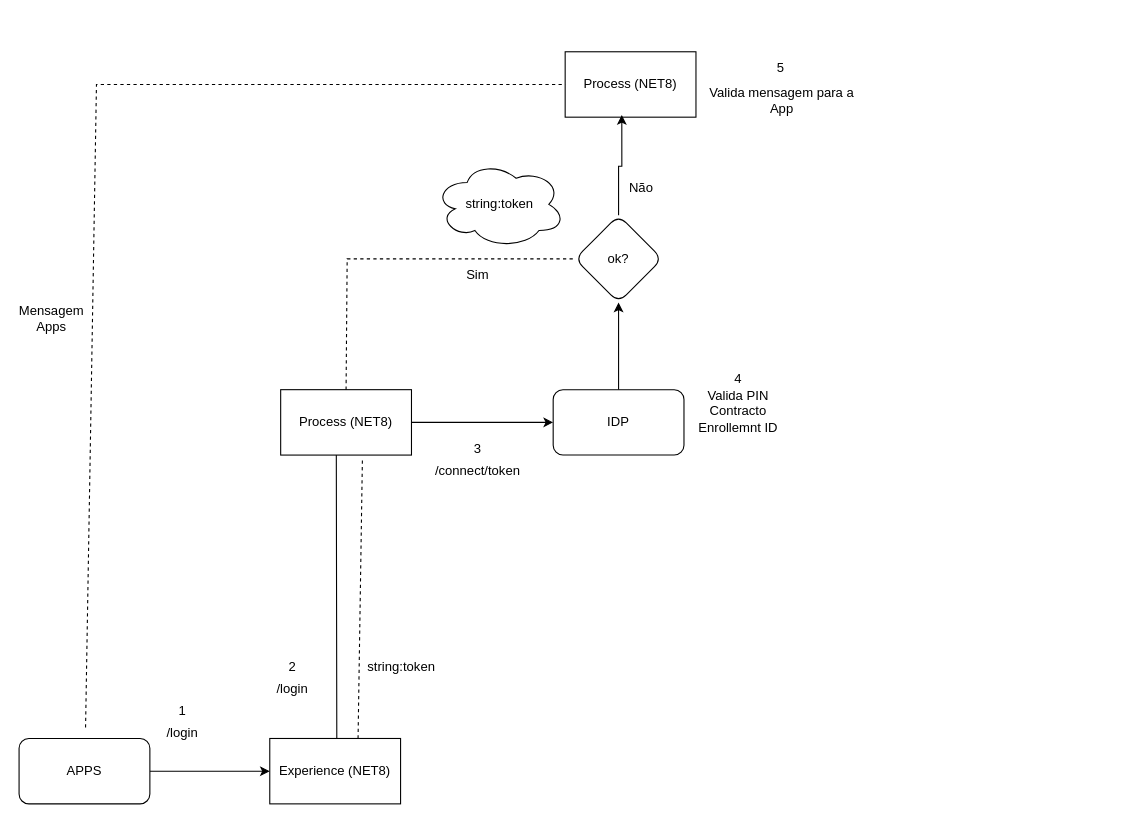
anhaguilunguane/Drawio keeps this draw.io diagram as Smart IZI IDP logica.drawio. Above is the earlier version. Source tidied: cells renumbered, new cells numbered last; positions are measured from the earlier drawing's top-left corner, leaving out a move shared by most shapes. Both pictures are drawn from the tidied source at 109%, with x=0, y=0 at pixel (19, 51).
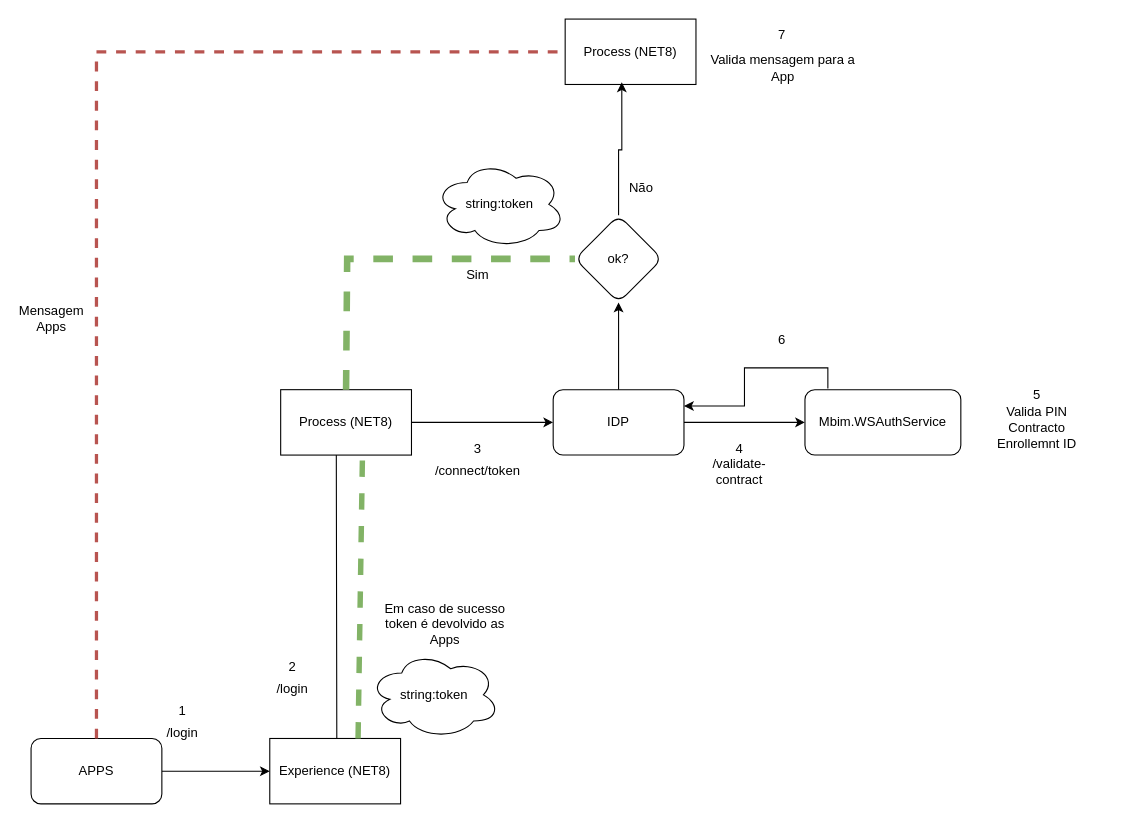
The same diagram, later.

Unchanged cells that the change refers to:
```xml
<mxCell id="7" value="Process (NET8)" style="rounded=0;whiteSpace=wrap;html=1;" parent="1" vertex="1">
  <mxGeometry x="240" y="310" width="120" height="60" as="geometry" />
</mxCell>
<mxCell id="9" value="IDP" style="rounded=1;whiteSpace=wrap;html=1;" parent="1" vertex="1">
  <mxGeometry x="490" y="310" width="120" height="60" as="geometry" />
</mxCell>
<mxCell id="17" value="ok?" style="rhombus;whiteSpace=wrap;html=1;rounded=1;" parent="1" vertex="1">
  <mxGeometry x="510" y="150" width="80" height="80" as="geometry" />
</mxCell>
```

The edit, as a diff of the source:
```diff
@@
     <mxCell id="3" value="APPS" style="rounded=1;whiteSpace=wrap;html=1;" parent="1" vertex="1">
-      <mxGeometry y="630" width="120" height="60" as="geometry" />
+      <mxGeometry x="11" y="630" width="120" height="60" as="geometry" />
     </mxCell>
@@
+    <mxCell id="31" style="edgeStyle=orthogonalEdgeStyle;rounded=0;jettySize=auto;html=1;entryX=0;entryY=0.5;entryDx=0;entryDy=0;" parent="1" edge="1" source="9" target="32">
+      <mxGeometry relative="1" as="geometry" />
+    </mxCell>
-    <mxCell id="8" style="edgeStyle=orthogonalEdgeStyle;rounded=0;jettySize=auto;html=1;" parent="1" edge="1" source="9" target="17">
+    <mxCell id="8" style="edgeStyle=orthogonalEdgeStyle;rounded=0;jettySize=auto;html=1;entryX=0.5;entryY=1;entryDx=0;entryDy=0;" parent="1" edge="1" source="9" target="17">
       <mxGeometry relative="1" as="geometry" />
     </mxCell>
@@
     <mxCell id="10" value="Valida PIN&lt;br&gt;Contracto&lt;br&gt;Enrollemnt ID" style="text;html=1;whiteSpace=wrap;strokeColor=none;fillColor=none;align=center;verticalAlign=middle;rounded=0;" parent="1" vertex="1">
-      <mxGeometry x="590" y="315" width="140" height="30" as="geometry" />
+      <mxGeometry x="864" y="330" width="140" height="30" as="geometry" />
     </mxCell>
@@
-    <mxCell id="18" style="endArrow=none;dashed=1;html=1;rounded=0;entryX=0;entryY=0.5;entryDx=0;entryDy=0;exitX=0.5;exitY=0;exitDx=0;exitDy=0;" parent="1" edge="1" source="7" target="17">
+    <mxCell id="18" style="endArrow=none;dashed=1;html=1;rounded=0;entryX=0;entryY=0.5;entryDx=0;entryDy=0;exitX=0.5;exitY=0;exitDx=0;exitDy=0;fillColor=#d5e8d4;strokeColor=#82b366;strokeWidth=6;" parent="1" edge="1" source="7" target="17">
       <mxGeometry relative="1" as="geometry">
         <Array as="points">
           <mxPoint x="301" y="190" />
         </Array>
       </mxGeometry>
     </mxCell>
-    <mxCell id="19" style="endArrow=none;dashed=1;html=1;rounded=0;entryX=0.7;entryY=1.033;entryDx=0;entryDy=0;entryPerimeter=0;exitX=0.75;exitY=0;exitDx=0;exitDy=0;" parent="1" edge="1">
+    <mxCell id="19" style="endArrow=none;dashed=1;html=1;rounded=0;entryX=0.7;entryY=1.033;entryDx=0;entryDy=0;entryPerimeter=0;exitX=0.75;exitY=0;exitDx=0;exitDy=0;fillColor=#d5e8d4;strokeColor=#82b366;strokeWidth=5;" parent="1" edge="1">
       <mxGeometry relative="1" as="geometry">
         <mxPoint x="311" y="630" as="sourcePoint" />
         <mxPoint x="315" y="372" as="targetPoint" />
       </mxGeometry>
     </mxCell>
-    <mxCell id="20" value="string:token" style="text;html=1;whiteSpace=wrap;strokeColor=none;fillColor=none;align=center;verticalAlign=middle;rounded=0;" parent="1" vertex="1">
-      <mxGeometry x="321" y="550" width="60" height="30" as="geometry" />
-    </mxCell>
@@
     <mxCell id="22" value="Process (NET8)" style="rounded=0;whiteSpace=wrap;html=1;" parent="1" vertex="1">
-      <mxGeometry x="501" width="120" height="60" as="geometry" />
+      <mxGeometry x="501" y="-30" width="120" height="60" as="geometry" />
     </mxCell>
@@
     <mxCell id="25" value="Valida mensagem para a App" style="text;html=1;whiteSpace=wrap;strokeColor=none;fillColor=none;align=center;verticalAlign=middle;rounded=0;" parent="1" vertex="1">
-      <mxGeometry x="630" y="30" width="140" height="30" as="geometry" />
+      <mxGeometry x="631" width="140" height="30" as="geometry" />
     </mxCell>
-    <mxCell id="26" style="endArrow=none;dashed=1;html=1;rounded=0;" parent="1" edge="1">
+    <mxCell id="26" style="endArrow=none;dashed=1;html=1;rounded=0;entryX=0;entryY=0.5;entryDx=0;entryDy=0;exitX=0.5;exitY=0;exitDx=0;exitDy=0;fillColor=#f8cecc;strokeColor=#b85450;strokeWidth=3;" parent="1" edge="1" source="3" target="22">
       <mxGeometry relative="1" as="geometry">
-        <mxPoint x="61" y="620" as="sourcePoint" />
-        <mxPoint x="501" y="30" as="targetPoint" />
         <Array as="points">
-          <mxPoint x="71" y="30" />
+          <mxPoint x="71" />
         </Array>
       </mxGeometry>
     </mxCell>
@@
-    <mxCell id="29" value="4" style="text;html=1;whiteSpace=wrap;strokeColor=none;fillColor=none;align=center;verticalAlign=middle;rounded=0;" parent="1" vertex="1">
-      <mxGeometry x="630" y="285" width="60" height="30" as="geometry" />
+    <mxCell id="29" value="5" style="text;html=1;whiteSpace=wrap;strokeColor=none;fillColor=none;align=center;verticalAlign=middle;rounded=0;" parent="1" vertex="1">
+      <mxGeometry x="904" y="300" width="60" height="30" as="geometry" />
     </mxCell>
-    <mxCell id="30" value="5" style="text;html=1;whiteSpace=wrap;strokeColor=none;fillColor=none;align=center;verticalAlign=middle;rounded=0;" parent="1" vertex="1">
-      <mxGeometry x="669" width="60" height="30" as="geometry" />
+    <mxCell id="30" value="7" style="text;html=1;whiteSpace=wrap;strokeColor=none;fillColor=none;align=center;verticalAlign=middle;rounded=0;" parent="1" vertex="1">
+      <mxGeometry x="670" y="-30" width="60" height="30" as="geometry" />
     </mxCell>
+    <mxCell id="32" value="Mbim.WSAuthService" style="rounded=1;whiteSpace=wrap;html=1;" parent="1" vertex="1">
+      <mxGeometry x="721" y="310" width="143" height="60" as="geometry" />
+    </mxCell>
+    <mxCell id="33" value="4" style="text;html=1;whiteSpace=wrap;strokeColor=none;fillColor=none;align=center;verticalAlign=middle;rounded=0;" parent="1" vertex="1">
+      <mxGeometry x="631" y="350" width="60" height="30" as="geometry" />
+    </mxCell>
+    <mxCell id="34" value="/validate-contract" style="text;html=1;whiteSpace=wrap;strokeColor=none;fillColor=none;align=center;verticalAlign=middle;rounded=0;" parent="1" vertex="1">
+      <mxGeometry x="631" y="380" width="60" height="10" as="geometry" />
+    </mxCell>
+    <mxCell id="35" style="edgeStyle=orthogonalEdgeStyle;rounded=0;jettySize=auto;html=1;entryX=1;entryY=0.25;entryDx=0;entryDy=0;exitX=0.147;exitY=-0.017;exitDx=0;exitDy=0;exitPerimeter=0;" parent="1" edge="1" source="32" target="9">
+      <mxGeometry relative="1" as="geometry" />
+    </mxCell>
+    <mxCell id="36" value="6" style="text;html=1;whiteSpace=wrap;strokeColor=none;fillColor=none;align=center;verticalAlign=middle;rounded=0;" parent="1" vertex="1">
+      <mxGeometry x="670" y="250" width="60" height="30" as="geometry" />
+    </mxCell>
+    <mxCell id="20" value="string:token" style="ellipse;shape=cloud;whiteSpace=wrap;html=1;" parent="1" vertex="1">
+      <mxGeometry x="321" y="550" width="120" height="80" as="geometry" />
+    </mxCell>
+    <mxCell id="37" value="Em caso de sucesso token é devolvido as Apps" style="text;html=1;whiteSpace=wrap;strokeColor=none;fillColor=none;align=center;verticalAlign=middle;rounded=0;" parent="1" vertex="1">
+      <mxGeometry x="321" y="510" width="140" height="30" as="geometry" />
+    </mxCell>
```
